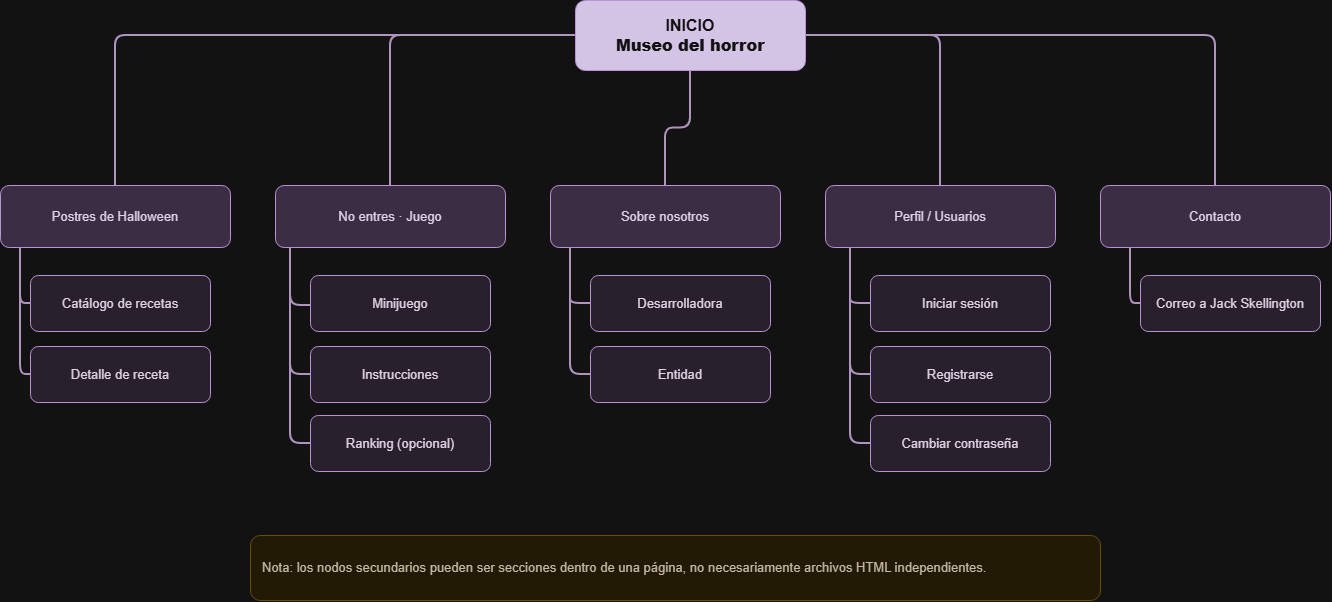
Cristinarm1793/2DawAtlantidaFP keeps this draw.io diagram as Diseño de Interfaces Web/DAWlloween/docs/img/sitemap.png. Above is the earlier version. Source tidied: cells renumbered, new cells last; positions are measured from the earlier drawing's top-left corner, leaving out a move shared by most shapes.
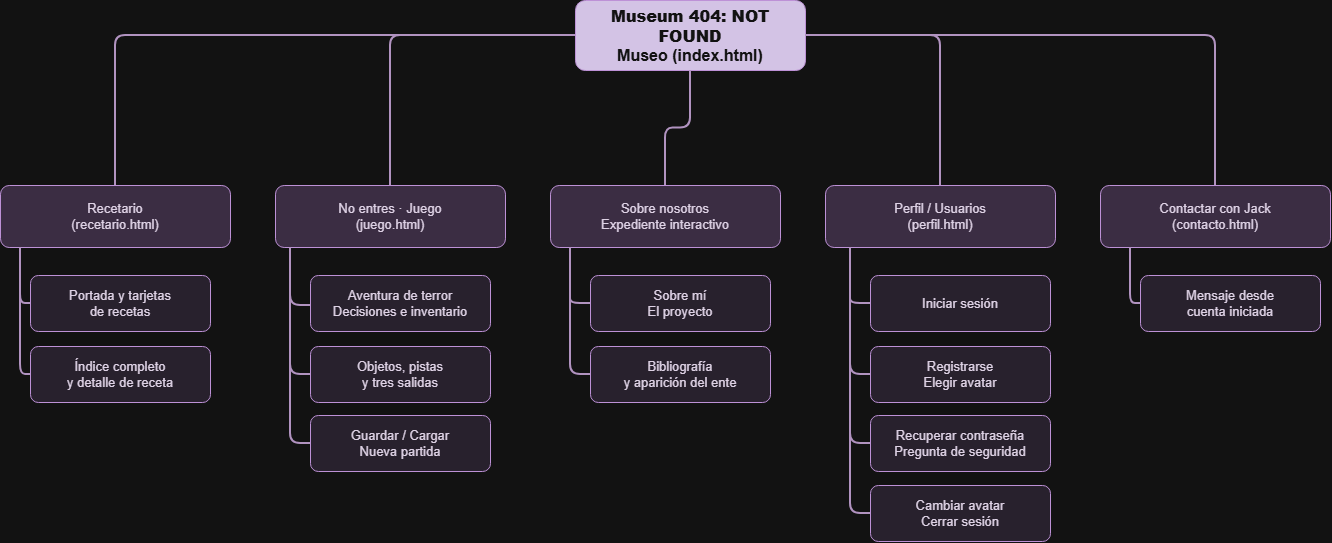
The same diagram one commit later.

The edit, as a diff of the source:
```diff
@@ -2,16 +2,16 @@
   <root>
     <mxCell id="0" />
     <mxCell id="1" parent="0" />
-    <mxCell id="2" value="INICIO&lt;br&gt;&lt;b&gt;Museo del horror&lt;/b&gt;" style="rounded=1;whiteSpace=wrap;html=1;fillColor=#36234B;strokeColor=#7D4A9A;fontColor=#FFFFFF;fontSize=16;fontStyle=1;arcSize=14;align=center;verticalAlign=middle;spacing=8;" parent="1" vertex="1">
+    <mxCell id="2" value="&lt;b&gt;Museum 404: NOT FOUND&lt;/b&gt;&lt;br&gt;Museo (index.html)" style="rounded=1;whiteSpace=wrap;html=1;fillColor=#36234B;strokeColor=#7D4A9A;fontColor=#FFFFFF;fontSize=16;fontStyle=1;arcSize=14;align=center;verticalAlign=middle;spacing=8;" parent="1" vertex="1">
       <mxGeometry x="575" width="230" height="70" as="geometry" />
     </mxCell>
-    <mxCell id="3" value="Postres de Halloween" style="rounded=1;whiteSpace=wrap;html=1;fillColor=#E5D5EF;strokeColor=#7D4A9A;fontColor=#24162C;fontSize=13;fontStyle=0;arcSize=14;align=center;verticalAlign=middle;spacing=8;" parent="1" vertex="1">
+    <mxCell id="3" value="Recetario&lt;br&gt;(recetario.html)" style="rounded=1;whiteSpace=wrap;html=1;fillColor=#E5D5EF;strokeColor=#7D4A9A;fontColor=#24162C;fontSize=13;fontStyle=0;arcSize=14;align=center;verticalAlign=middle;spacing=8;" parent="1" vertex="1">
       <mxGeometry y="185" width="230" height="62" as="geometry" />
     </mxCell>
     <mxCell id="4" style="edgeStyle=orthogonalEdgeStyle;rounded=1;jettySize=auto;html=1;endArrow=none;strokeColor=#765387;strokeWidth=2;" parent="1" edge="1" source="2" target="3">
       <mxGeometry relative="1" as="geometry" />
     </mxCell>
-    <mxCell id="5" value="Catálogo de recetas" style="rounded=1;whiteSpace=wrap;html=1;fillColor=#F0E8F5;strokeColor=#7D4A9A;fontColor=#24162C;fontSize=13;fontStyle=0;arcSize=14;align=center;verticalAlign=middle;spacing=8;" parent="1" vertex="1">
+    <mxCell id="5" value="Portada y tarjetas&lt;br&gt;de recetas" style="rounded=1;whiteSpace=wrap;html=1;fillColor=#F0E8F5;strokeColor=#7D4A9A;fontColor=#24162C;fontSize=13;fontStyle=0;arcSize=14;align=center;verticalAlign=middle;spacing=8;" parent="1" vertex="1">
       <mxGeometry x="30" y="275" width="180" height="56" as="geometry" />
     </mxCell>
     <mxCell id="6" style="edgeStyle=orthogonalEdgeStyle;rounded=1;jettySize=auto;html=1;endArrow=none;strokeColor=#765387;strokeWidth=2;" parent="1" edge="1" source="3" target="5">
@@ -22,7 +22,7 @@
         </Array>
       </mxGeometry>
     </mxCell>
-    <mxCell id="7" value="Detalle de receta" style="rounded=1;whiteSpace=wrap;html=1;fillColor=#F0E8F5;strokeColor=#7D4A9A;fontColor=#24162C;fontSize=13;fontStyle=0;arcSize=14;align=center;verticalAlign=middle;spacing=8;" parent="1" vertex="1">
+    <mxCell id="7" value="Índice completo&lt;br&gt;y detalle de receta" style="rounded=1;whiteSpace=wrap;html=1;fillColor=#F0E8F5;strokeColor=#7D4A9A;fontColor=#24162C;fontSize=13;fontStyle=0;arcSize=14;align=center;verticalAlign=middle;spacing=8;" parent="1" vertex="1">
       <mxGeometry x="30" y="346" width="180" height="56" as="geometry" />
     </mxCell>
     <mxCell id="8" style="edgeStyle=orthogonalEdgeStyle;rounded=1;jettySize=auto;html=1;endArrow=none;strokeColor=#765387;strokeWidth=2;" parent="1" edge="1" source="3" target="7">
@@ -33,13 +33,13 @@
         </Array>
       </mxGeometry>
     </mxCell>
-    <mxCell id="9" value="No entres · Juego" style="rounded=1;whiteSpace=wrap;html=1;fillColor=#E5D5EF;strokeColor=#7D4A9A;fontColor=#24162C;fontSize=13;fontStyle=0;arcSize=14;align=center;verticalAlign=middle;spacing=8;" parent="1" vertex="1">
+    <mxCell id="9" value="No entres · Juego&lt;br&gt;(juego.html)" style="rounded=1;whiteSpace=wrap;html=1;fillColor=#E5D5EF;strokeColor=#7D4A9A;fontColor=#24162C;fontSize=13;fontStyle=0;arcSize=14;align=center;verticalAlign=middle;spacing=8;" parent="1" vertex="1">
       <mxGeometry x="275" y="185" width="230" height="62" as="geometry" />
     </mxCell>
     <mxCell id="10" style="edgeStyle=orthogonalEdgeStyle;rounded=1;jettySize=auto;html=1;endArrow=none;strokeColor=#765387;strokeWidth=2;" parent="1" edge="1" source="2" target="9">
       <mxGeometry relative="1" as="geometry" />
     </mxCell>
-    <mxCell id="11" value="Minijuego" style="rounded=1;whiteSpace=wrap;html=1;fillColor=#F0E8F5;strokeColor=#7D4A9A;fontColor=#24162C;fontSize=13;fontStyle=0;arcSize=14;align=center;verticalAlign=middle;spacing=8;" parent="1" vertex="1">
+    <mxCell id="11" value="Aventura de terror&lt;br&gt;Decisiones e inventario" style="rounded=1;whiteSpace=wrap;html=1;fillColor=#F0E8F5;strokeColor=#7D4A9A;fontColor=#24162C;fontSize=13;fontStyle=0;arcSize=14;align=center;verticalAlign=middle;spacing=8;" parent="1" vertex="1">
       <mxGeometry x="310" y="275" width="180" height="56" as="geometry" />
     </mxCell>
     <mxCell id="12" style="edgeStyle=orthogonalEdgeStyle;rounded=1;jettySize=auto;html=1;endArrow=none;strokeColor=#765387;strokeWidth=2;" parent="1" edge="1" source="9" target="11">
@@ -49,7 +49,7 @@
         </Array>
       </mxGeometry>
     </mxCell>
-    <mxCell id="13" value="Instrucciones" style="rounded=1;whiteSpace=wrap;html=1;fillColor=#F0E8F5;strokeColor=#7D4A9A;fontColor=#24162C;fontSize=13;fontStyle=0;arcSize=14;align=center;verticalAlign=middle;spacing=8;" parent="1" vertex="1">
+    <mxCell id="13" value="Objetos, pistas&lt;br&gt;y tres salidas" style="rounded=1;whiteSpace=wrap;html=1;fillColor=#F0E8F5;strokeColor=#7D4A9A;fontColor=#24162C;fontSize=13;fontStyle=0;arcSize=14;align=center;verticalAlign=middle;spacing=8;" parent="1" vertex="1">
       <mxGeometry x="310" y="346" width="180" height="56" as="geometry" />
     </mxCell>
     <mxCell id="14" style="edgeStyle=orthogonalEdgeStyle;rounded=1;jettySize=auto;html=1;endArrow=none;strokeColor=#765387;strokeWidth=2;" parent="1" edge="1" source="9" target="13">
@@ -60,7 +60,7 @@
         </Array>
       </mxGeometry>
     </mxCell>
-    <mxCell id="15" value="Ranking (opcional)" style="rounded=1;whiteSpace=wrap;html=1;fillColor=#F0E8F5;strokeColor=#7D4A9A;fontColor=#24162C;fontSize=13;fontStyle=0;arcSize=14;align=center;verticalAlign=middle;spacing=8;" parent="1" vertex="1">
+    <mxCell id="15" value="Guardar / Cargar&lt;br&gt;Nueva partida" style="rounded=1;whiteSpace=wrap;html=1;fillColor=#F0E8F5;strokeColor=#7D4A9A;fontColor=#24162C;fontSize=13;fontStyle=0;arcSize=14;align=center;verticalAlign=middle;spacing=8;" parent="1" vertex="1">
       <mxGeometry x="310" y="415" width="180" height="56" as="geometry" />
     </mxCell>
     <mxCell id="16" style="edgeStyle=orthogonalEdgeStyle;rounded=1;jettySize=auto;html=1;endArrow=none;strokeColor=#765387;strokeWidth=2;" parent="1" edge="1" source="9" target="15">
@@ -71,13 +71,13 @@
         </Array>
       </mxGeometry>
     </mxCell>
-    <mxCell id="17" value="Sobre nosotros" style="rounded=1;whiteSpace=wrap;html=1;fillColor=#E5D5EF;strokeColor=#7D4A9A;fontColor=#24162C;fontSize=13;fontStyle=0;arcSize=14;align=center;verticalAlign=middle;spacing=8;" parent="1" vertex="1">
+    <mxCell id="17" value="Sobre nosotros&lt;br&gt;Expediente interactivo" style="rounded=1;whiteSpace=wrap;html=1;fillColor=#E5D5EF;strokeColor=#7D4A9A;fontColor=#24162C;fontSize=13;fontStyle=0;arcSize=14;align=center;verticalAlign=middle;spacing=8;" parent="1" vertex="1">
       <mxGeometry x="550" y="185" width="230" height="62" as="geometry" />
     </mxCell>
     <mxCell id="18" style="edgeStyle=orthogonalEdgeStyle;rounded=1;jettySize=auto;html=1;endArrow=none;strokeColor=#765387;strokeWidth=2;" parent="1" edge="1" source="2" target="17">
       <mxGeometry relative="1" as="geometry" />
     </mxCell>
-    <mxCell id="19" value="Desarrolladora" style="rounded=1;whiteSpace=wrap;html=1;fillColor=#F0E8F5;strokeColor=#7D4A9A;fontColor=#24162C;fontSize=13;fontStyle=0;arcSize=14;align=center;verticalAlign=middle;spacing=8;" parent="1" vertex="1">
+    <mxCell id="19" value="Sobre mí&lt;br&gt;El proyecto" style="rounded=1;whiteSpace=wrap;html=1;fillColor=#F0E8F5;strokeColor=#7D4A9A;fontColor=#24162C;fontSize=13;fontStyle=0;arcSize=14;align=center;verticalAlign=middle;spacing=8;" parent="1" vertex="1">
       <mxGeometry x="590" y="275" width="180" height="56" as="geometry" />
     </mxCell>
     <mxCell id="20" style="edgeStyle=orthogonalEdgeStyle;rounded=1;jettySize=auto;html=1;endArrow=none;strokeColor=#765387;strokeWidth=2;" parent="1" edge="1" source="17" target="19">
@@ -88,7 +88,7 @@
         </Array>
       </mxGeometry>
     </mxCell>
-    <mxCell id="21" value="Entidad" style="rounded=1;whiteSpace=wrap;html=1;fillColor=#F0E8F5;strokeColor=#7D4A9A;fontColor=#24162C;fontSize=13;fontStyle=0;arcSize=14;align=center;verticalAlign=middle;spacing=8;" parent="1" vertex="1">
+    <mxCell id="21" value="Bibliografía&lt;br&gt;y aparición del ente" style="rounded=1;whiteSpace=wrap;html=1;fillColor=#F0E8F5;strokeColor=#7D4A9A;fontColor=#24162C;fontSize=13;fontStyle=0;arcSize=14;align=center;verticalAlign=middle;spacing=8;" parent="1" vertex="1">
       <mxGeometry x="590" y="346" width="180" height="56" as="geometry" />
     </mxCell>
     <mxCell id="22" style="edgeStyle=orthogonalEdgeStyle;rounded=1;jettySize=auto;html=1;endArrow=none;strokeColor=#765387;strokeWidth=2;" parent="1" edge="1" source="17" target="21">
@@ -99,7 +99,7 @@
         </Array>
       </mxGeometry>
     </mxCell>
-    <mxCell id="23" value="Perfil / Usuarios" style="rounded=1;whiteSpace=wrap;html=1;fillColor=#E5D5EF;strokeColor=#7D4A9A;fontColor=#24162C;fontSize=13;fontStyle=0;arcSize=14;align=center;verticalAlign=middle;spacing=8;" parent="1" vertex="1">
+    <mxCell id="23" value="Perfil / Usuarios&lt;br&gt;(perfil.html)" style="rounded=1;whiteSpace=wrap;html=1;fillColor=#E5D5EF;strokeColor=#7D4A9A;fontColor=#24162C;fontSize=13;fontStyle=0;arcSize=14;align=center;verticalAlign=middle;spacing=8;" parent="1" vertex="1">
       <mxGeometry x="825" y="185" width="230" height="62" as="geometry" />
     </mxCell>
     <mxCell id="24" style="edgeStyle=orthogonalEdgeStyle;rounded=1;jettySize=auto;html=1;endArrow=none;strokeColor=#765387;strokeWidth=2;" parent="1" edge="1" source="2" target="23">
@@ -116,7 +116,7 @@
         </Array>
       </mxGeometry>
     </mxCell>
-    <mxCell id="27" value="Registrarse" style="rounded=1;whiteSpace=wrap;html=1;fillColor=#F0E8F5;strokeColor=#7D4A9A;fontColor=#24162C;fontSize=13;fontStyle=0;arcSize=14;align=center;verticalAlign=middle;spacing=8;" parent="1" vertex="1">
+    <mxCell id="27" value="Registrarse&lt;br&gt;Elegir avatar" style="rounded=1;whiteSpace=wrap;html=1;fillColor=#F0E8F5;strokeColor=#7D4A9A;fontColor=#24162C;fontSize=13;fontStyle=0;arcSize=14;align=center;verticalAlign=middle;spacing=8;" parent="1" vertex="1">
       <mxGeometry x="870" y="346" width="180" height="56" as="geometry" />
     </mxCell>
     <mxCell id="28" style="edgeStyle=orthogonalEdgeStyle;rounded=1;jettySize=auto;html=1;endArrow=none;strokeColor=#765387;strokeWidth=2;" parent="1" edge="1" source="23" target="27">
@@ -126,7 +126,7 @@
         </Array>
       </mxGeometry>
     </mxCell>
-    <mxCell id="29" value="Cambiar contraseña" style="rounded=1;whiteSpace=wrap;html=1;fillColor=#F0E8F5;strokeColor=#7D4A9A;fontColor=#24162C;fontSize=13;fontStyle=0;arcSize=14;align=center;verticalAlign=middle;spacing=8;" parent="1" vertex="1">
+    <mxCell id="29" value="Recuperar contraseña&lt;br&gt;Pregunta de seguridad" style="rounded=1;whiteSpace=wrap;html=1;fillColor=#F0E8F5;strokeColor=#7D4A9A;fontColor=#24162C;fontSize=13;fontStyle=0;arcSize=14;align=center;verticalAlign=middle;spacing=8;" parent="1" vertex="1">
       <mxGeometry x="870" y="415" width="180" height="56" as="geometry" />
     </mxCell>
     <mxCell id="30" style="edgeStyle=orthogonalEdgeStyle;rounded=1;jettySize=auto;html=1;endArrow=none;strokeColor=#765387;strokeWidth=2;entryX=0;entryY=0.5;entryDx=0;entryDy=0;" parent="1" edge="1" target="29">
@@ -137,13 +137,13 @@
         </Array>
       </mxGeometry>
     </mxCell>
-    <mxCell id="31" value="Contacto" style="rounded=1;whiteSpace=wrap;html=1;fillColor=#E5D5EF;strokeColor=#7D4A9A;fontColor=#24162C;fontSize=13;fontStyle=0;arcSize=14;align=center;verticalAlign=middle;spacing=8;" parent="1" vertex="1">
+    <mxCell id="31" value="Contactar con Jack&lt;br&gt;(contacto.html)" style="rounded=1;whiteSpace=wrap;html=1;fillColor=#E5D5EF;strokeColor=#7D4A9A;fontColor=#24162C;fontSize=13;fontStyle=0;arcSize=14;align=center;verticalAlign=middle;spacing=8;" parent="1" vertex="1">
       <mxGeometry x="1100" y="185" width="230" height="62" as="geometry" />
     </mxCell>
     <mxCell id="32" style="edgeStyle=orthogonalEdgeStyle;rounded=1;jettySize=auto;html=1;endArrow=none;strokeColor=#765387;strokeWidth=2;" parent="1" edge="1" source="2" target="31">
       <mxGeometry relative="1" as="geometry" />
     </mxCell>
-    <mxCell id="33" value="Correo a Jack Skellington" style="rounded=1;whiteSpace=wrap;html=1;fillColor=#F0E8F5;strokeColor=#7D4A9A;fontColor=#24162C;fontSize=13;fontStyle=0;arcSize=14;align=center;verticalAlign=middle;spacing=8;" parent="1" vertex="1">
+    <mxCell id="33" value="Mensaje desde&lt;br&gt;cuenta iniciada" style="rounded=1;whiteSpace=wrap;html=1;fillColor=#F0E8F5;strokeColor=#7D4A9A;fontColor=#24162C;fontSize=13;fontStyle=0;arcSize=14;align=center;verticalAlign=middle;spacing=8;" parent="1" vertex="1">
       <mxGeometry x="1140" y="275" width="180" height="56" as="geometry" />
     </mxCell>
     <mxCell id="34" style="edgeStyle=orthogonalEdgeStyle;rounded=1;jettySize=auto;html=1;endArrow=none;strokeColor=#765387;strokeWidth=2;" parent="1" edge="1" source="31" target="33">
@@ -154,8 +154,16 @@
         </Array>
       </mxGeometry>
     </mxCell>
-    <mxCell id="35" value="Nota: los nodos secundarios pueden ser secciones dentro de una página, no necesariamente archivos HTML independientes." style="rounded=1;whiteSpace=wrap;html=1;fillColor=#FFF6DD;strokeColor=#D7B76B;fontColor=#493A20;fontSize=13;align=left;spacing=12;" parent="1" vertex="1">
-      <mxGeometry x="250" y="535" width="850" height="65" as="geometry" />
-    </mxCell>
+    <mxCell id="36" value="Cambiar avatar&lt;br&gt;Cerrar sesión" style="rounded=1;whiteSpace=wrap;html=1;fillColor=#F0E8F5;strokeColor=#7D4A9A;fontColor=#24162C;fontSize=13;fontStyle=0;arcSize=14;align=center;verticalAlign=middle;spacing=8;" parent="1" vertex="1">
+      <mxGeometry x="870" y="485" width="180" height="56" as="geometry" />
+    </mxCell>
+    <mxCell id="37" style="edgeStyle=orthogonalEdgeStyle;rounded=1;jettySize=auto;html=1;endArrow=none;strokeColor=#765387;strokeWidth=2;" parent="1" edge="1" target="36">
+      <mxGeometry x="0.58" relative="1" as="geometry">
+        <mxPoint x="850" y="255" as="sourcePoint" />
+        <Array as="points">
+          <mxPoint x="850" y="513" />
+        </Array>
+      </mxGeometry>
+    </mxCell>
   </root>
 </mxGraphModel>
```
